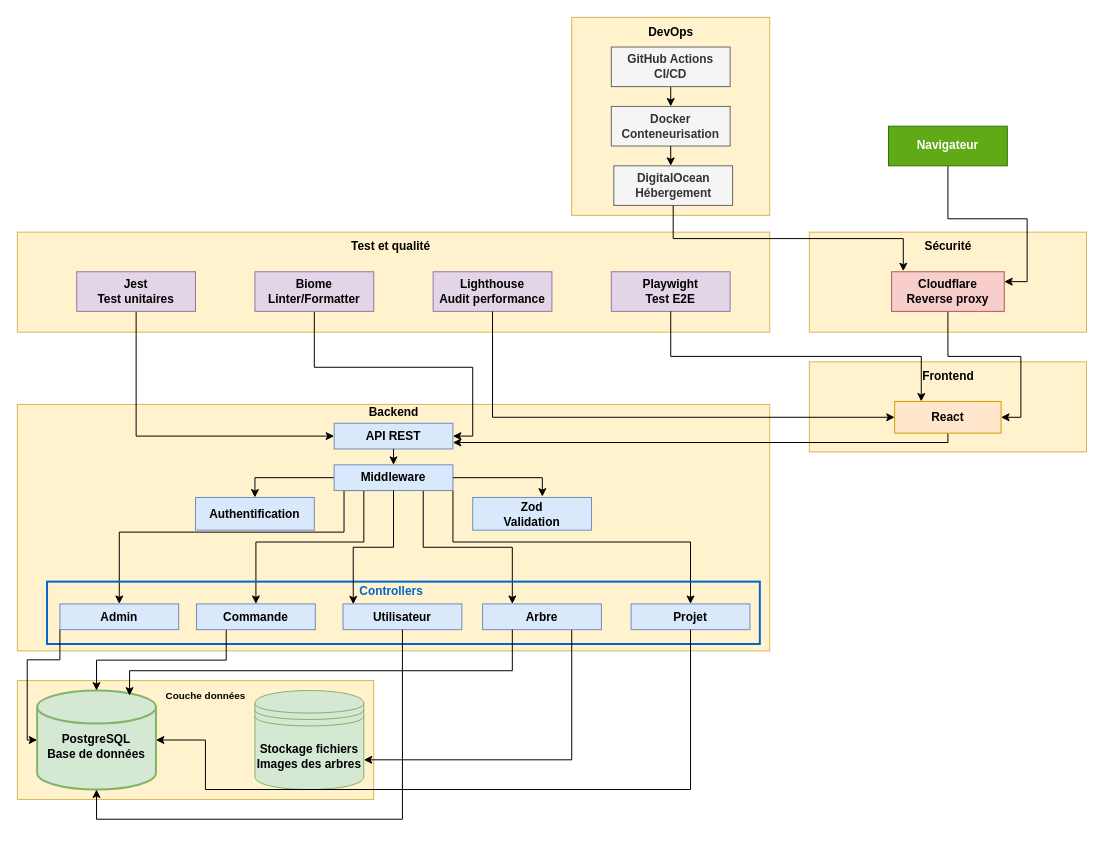
Earlier version of the draw.io diagram conception/architecture/drawio/app_architecture.drawio (ChloeGarciaMillerand/GreenRoots_Freyja). Source tidied: cells renumbered, new cells numbered last; positions are measured from the earlier drawing's top-left corner, leaving out a move shared by most shapes. Both pictures are drawn from the tidied source at 99%, with x=0, y=0 at pixel (17, 17).
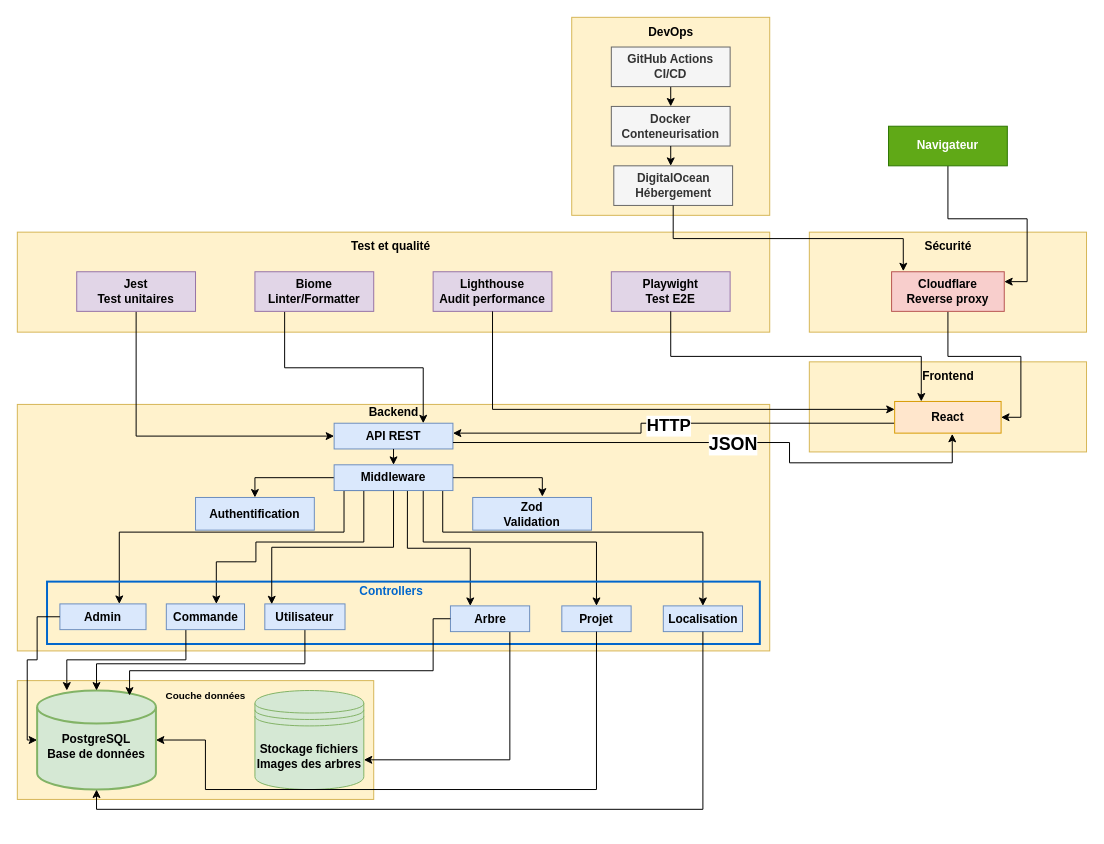
The same diagram, later.

Commit message (it also covers changes not shown here):
docs(conception): fix conception by adding localisation controller, http protocole & json response

The change refers to these unchanged cells:
```xml
<mxCell id="6" value="&lt;div&gt;&lt;b&gt;&lt;br&gt;&lt;/b&gt;&lt;/div&gt;&lt;b&gt;PostgreSQL&lt;/b&gt;&lt;div&gt;&lt;b&gt;Base de données&lt;/b&gt;&lt;/div&gt;" style="strokeWidth=2;html=1;shape=mxgraph.flowchart.database;whiteSpace=wrap;fillColor=#d5e8d4;strokeColor=#82b366;" parent="1" vertex="1">
  <mxGeometry x="20" y="680" width="120" height="100" as="geometry" />
</mxCell>
<mxCell id="7" value="&lt;b&gt;API REST&lt;/b&gt;" style="rounded=0;whiteSpace=wrap;html=1;fillColor=#dae8fc;strokeColor=#6c8ebf;" parent="1" vertex="1">
  <mxGeometry x="320" y="410" width="120" height="26" as="geometry" />
</mxCell>
<mxCell id="13" value="&lt;b&gt;Middleware&lt;/b&gt;" style="rounded=0;whiteSpace=wrap;html=1;fillColor=#dae8fc;strokeColor=#6c8ebf;" parent="1" vertex="1">
  <mxGeometry x="320" y="452" width="120" height="26" as="geometry" />
</mxCell>
<mxCell id="23" value="&lt;b&gt;Backend&lt;/b&gt;" style="text;html=1;align=center;verticalAlign=middle;whiteSpace=wrap;rounded=0;" parent="1" vertex="1">
  <mxGeometry x="317.5" y="384" width="125" height="30" as="geometry" />
</mxCell>
<mxCell id="29" value="&lt;span style=&quot;text-wrap-mode: nowrap;&quot;&gt;&lt;b&gt;React&lt;/b&gt;&lt;/span&gt;" style="rounded=0;whiteSpace=wrap;html=1;fillColor=#ffe6cc;strokeColor=#d79b00;" parent="1" vertex="1">
  <mxGeometry x="886.2" y="388" width="107.5" height="32" as="geometry" />
</mxCell>
<mxCell id="35" value="&lt;b&gt;Biome&lt;/b&gt;&lt;div&gt;&lt;b&gt;Linter/Formatter&lt;/b&gt;&lt;/div&gt;" style="rounded=0;whiteSpace=wrap;html=1;fillColor=#e1d5e7;strokeColor=#9673a6;" parent="1" vertex="1">
  <mxGeometry x="240" y="257" width="120" height="40" as="geometry" />
</mxCell>
<mxCell id="36" value="&lt;b&gt;Lighthouse&lt;/b&gt;&lt;div&gt;&lt;b&gt;Audit performance&lt;/b&gt;&lt;/div&gt;" style="rounded=0;whiteSpace=wrap;html=1;fillColor=#e1d5e7;strokeColor=#9673a6;" parent="1" vertex="1">
  <mxGeometry x="420" y="257" width="120" height="40" as="geometry" />
</mxCell>
```

Diff of the diagram source:
```diff
@@
-    <mxCell id="10" style="edgeStyle=orthogonalEdgeStyle;rounded=0;jettySize=auto;html=1;exitX=0.25;exitY=1;exitDx=0;exitDy=0;entryX=0.5;entryY=0;entryDx=0;entryDy=0;" parent="1" edge="1" source="13" target="19">
+    <mxCell id="10" style="edgeStyle=orthogonalEdgeStyle;rounded=0;jettySize=auto;html=1;exitX=0.25;exitY=1;exitDx=0;exitDy=0;" parent="1" edge="1" source="13" target="19">
       <mxGeometry relative="1" as="geometry">
         <Array as="points">
           <mxPoint x="350" y="530" />
           <mxPoint x="241" y="530" />
+          <mxPoint x="241" y="550" />
+          <mxPoint x="201" y="550" />
         </Array>
       </mxGeometry>
     </mxCell>
-    <mxCell id="11" style="edgeStyle=orthogonalEdgeStyle;rounded=0;jettySize=auto;html=1;exitX=0.75;exitY=1;exitDx=0;exitDy=0;entryX=0.25;entryY=0;entryDx=0;entryDy=0;" parent="1" edge="1" source="13" target="22">
+    <mxCell id="11" style="edgeStyle=orthogonalEdgeStyle;rounded=0;jettySize=auto;html=1;exitX=0.617;exitY=1.003;exitDx=0;exitDy=0;entryX=0.25;entryY=0;entryDx=0;entryDy=0;exitPerimeter=0;" parent="1" edge="1" source="13" target="22">
       <mxGeometry relative="1" as="geometry" />
     </mxCell>
-    <mxCell id="12" style="edgeStyle=orthogonalEdgeStyle;rounded=0;jettySize=auto;html=1;exitX=1;exitY=1;exitDx=0;exitDy=0;" parent="1" edge="1" source="13" target="55">
+    <mxCell id="12" style="edgeStyle=orthogonalEdgeStyle;rounded=0;jettySize=auto;html=1;exitX=0.75;exitY=1;exitDx=0;exitDy=0;entryX=0.5;entryY=0;entryDx=0;entryDy=0;" parent="1" edge="1" source="13" target="55">
       <mxGeometry relative="1" as="geometry">
         <Array as="points">
-          <mxPoint x="440" y="530" />
-          <mxPoint x="680" y="530" />
+          <mxPoint x="410" y="530" />
+          <mxPoint x="585" y="530" />
         </Array>
       </mxGeometry>
     </mxCell>
+    <mxCell id="61" style="edgeStyle=orthogonalEdgeStyle;rounded=0;jettySize=auto;html=1;exitX=0.914;exitY=1.019;exitDx=0;exitDy=0;entryX=0.5;entryY=0;entryDx=0;entryDy=0;exitPerimeter=0;" parent="1" edge="1" source="13" target="65">
+      <mxGeometry relative="1" as="geometry">
+        <Array as="points">
+          <mxPoint x="430" y="520" />
+          <mxPoint x="692" y="520" />
+        </Array>
+      </mxGeometry>
+    </mxCell>
@@
     <mxCell id="17" value="&lt;b&gt;Admin&lt;/b&gt;" style="rounded=0;whiteSpace=wrap;html=1;fillColor=#dae8fc;strokeColor=#6c8ebf;" parent="1" vertex="1">
-      <mxGeometry x="43" y="592.5" width="120" height="26" as="geometry" />
+      <mxGeometry x="43" y="592.5" width="87" height="26" as="geometry" />
     </mxCell>
     <mxCell id="18" style="edgeStyle=orthogonalEdgeStyle;rounded=0;jettySize=auto;html=1;exitX=0.25;exitY=1;exitDx=0;exitDy=0;" parent="1" edge="1" source="19" target="6">
-      <mxGeometry relative="1" as="geometry" />
+      <mxGeometry relative="1" as="geometry">
+        <Array as="points">
+          <mxPoint x="170" y="649" />
+          <mxPoint x="50" y="649" />
+        </Array>
+      </mxGeometry>
     </mxCell>
     <mxCell id="19" value="&lt;b&gt;Commande&lt;/b&gt;" style="rounded=0;whiteSpace=wrap;html=1;fillColor=#dae8fc;strokeColor=#6c8ebf;" parent="1" vertex="1">
-      <mxGeometry x="181" y="592.5" width="120" height="26" as="geometry" />
+      <mxGeometry x="150.5" y="592.5" width="79" height="26" as="geometry" />
     </mxCell>
+    <mxCell id="58" style="edgeStyle=orthogonalEdgeStyle;rounded=0;jettySize=auto;html=1;exitX=0.5;exitY=1;exitDx=0;exitDy=0;entryX=0.5;entryY=0;entryDx=0;entryDy=0;entryPerimeter=0;" parent="1" edge="1" source="20" target="6">
+      <mxGeometry relative="1" as="geometry">
+        <Array as="points">
+          <mxPoint x="291" y="653" />
+          <mxPoint x="80" y="653" />
+        </Array>
+      </mxGeometry>
+    </mxCell>
     <mxCell id="20" value="&lt;b&gt;Utilisateur&lt;/b&gt;" style="rounded=0;whiteSpace=wrap;html=1;fillColor=#dae8fc;strokeColor=#6c8ebf;" parent="1" vertex="1">
-      <mxGeometry x="329" y="592.5" width="120" height="26" as="geometry" />
+      <mxGeometry x="250" y="592.5" width="81" height="26" as="geometry" />
     </mxCell>
@@
     <mxCell id="22" value="&lt;b&gt;Arbre&lt;/b&gt;" style="rounded=0;whiteSpace=wrap;html=1;fillColor=#dae8fc;strokeColor=#6c8ebf;" parent="1" vertex="1">
-      <mxGeometry x="470" y="592.5" width="120" height="26" as="geometry" />
+      <mxGeometry x="437.5" y="594.5" width="80" height="26" as="geometry" />
     </mxCell>
@@
-    <mxCell id="28" style="edgeStyle=orthogonalEdgeStyle;rounded=0;jettySize=auto;html=1;exitX=0.5;exitY=1;exitDx=0;exitDy=0;entryX=1;entryY=0.75;entryDx=0;entryDy=0;" parent="1" edge="1" source="29" target="7">
+    <mxCell id="28" style="edgeStyle=orthogonalEdgeStyle;rounded=0;jettySize=auto;html=1;exitX=-0.002;exitY=0.687;exitDx=0;exitDy=0;exitPerimeter=0;" parent="1" edge="1" source="29" target="7">
       <mxGeometry relative="1" as="geometry">
         <Array as="points">
-          <mxPoint x="940" y="430" />
+          <mxPoint x="630" y="410" />
+          <mxPoint x="630" y="420" />
         </Array>
       </mxGeometry>
     </mxCell>
+    <mxCell id="62" value="&lt;b style=&quot;background-color: rgb(255, 255, 255);&quot;&gt;&lt;font style=&quot;font-size: 17px;&quot;&gt;HTTP&lt;/font&gt;&lt;/b&gt;" style="edgeLabel;html=1;align=center;verticalAlign=middle;" parent="28" vertex="1">
+      <mxGeometry y="1" relative="1" as="geometry">
+        <mxPoint y="2" as="offset" />
+      </mxGeometry>
+    </mxCell>
@@
-    <mxCell id="34" style="edgeStyle=orthogonalEdgeStyle;rounded=0;jettySize=auto;html=1;exitX=0.5;exitY=1;exitDx=0;exitDy=0;entryX=1;entryY=0.5;entryDx=0;entryDy=0;" parent="1" edge="1" source="35" target="7">
-      <mxGeometry relative="1" as="geometry" />
+    <mxCell id="34" style="edgeStyle=orthogonalEdgeStyle;rounded=0;jettySize=auto;html=1;exitX=0.5;exitY=1;exitDx=0;exitDy=0;entryX=0.74;entryY=0.867;entryDx=0;entryDy=0;entryPerimeter=0;" parent="1" edge="1" target="23">
+      <mxGeometry relative="1" as="geometry">
+        <mxPoint x="270" y="297" as="sourcePoint" />
+        <Array as="points">
+          <mxPoint x="270" y="354" />
+          <mxPoint x="410" y="354" />
+        </Array>
+      </mxGeometry>
     </mxCell>
@@
-    <mxCell id="52" style="edgeStyle=orthogonalEdgeStyle;rounded=0;jettySize=auto;html=1;exitX=0.5;exitY=1;exitDx=0;exitDy=0;entryX=0;entryY=0.5;entryDx=0;entryDy=0;" parent="1" edge="1" source="36" target="29">
+    <mxCell id="52" style="edgeStyle=orthogonalEdgeStyle;rounded=0;jettySize=auto;html=1;exitX=0.5;exitY=1;exitDx=0;exitDy=0;entryX=0;entryY=0.25;entryDx=0;entryDy=0;" parent="1" edge="1" source="36" target="29">
       <mxGeometry relative="1" as="geometry" />
     </mxCell>
@@
     <mxCell id="55" value="&lt;b&gt;Projet&lt;/b&gt;" style="rounded=0;whiteSpace=wrap;html=1;fillColor=#dae8fc;strokeColor=#6c8ebf;" parent="1" vertex="1">
-      <mxGeometry x="620" y="592.5" width="120" height="26" as="geometry" />
+      <mxGeometry x="550" y="594.5" width="70" height="26" as="geometry" />
     </mxCell>
@@
-    <mxCell id="57" style="edgeStyle=orthogonalEdgeStyle;rounded=0;jettySize=auto;html=1;exitX=0;exitY=1;exitDx=0;exitDy=0;entryX=0;entryY=0.5;entryDx=0;entryDy=0;entryPerimeter=0;" parent="1" edge="1" source="17" target="6">
+    <mxCell id="57" style="edgeStyle=orthogonalEdgeStyle;rounded=0;jettySize=auto;html=1;exitX=0;exitY=0.5;exitDx=0;exitDy=0;entryX=0;entryY=0.5;entryDx=0;entryDy=0;entryPerimeter=0;" parent="1" edge="1" source="17" target="6">
       <mxGeometry relative="1" as="geometry">
         <Array as="points">
-          <mxPoint x="43" y="649" />
+          <mxPoint x="20" y="606" />
+          <mxPoint x="20" y="649" />
           <mxPoint x="10" y="649" />
           <mxPoint x="10" y="730" />
         </Array>
       </mxGeometry>
     </mxCell>
-    <mxCell id="58" style="edgeStyle=orthogonalEdgeStyle;rounded=0;jettySize=auto;html=1;exitX=0.5;exitY=1;exitDx=0;exitDy=0;entryX=0.5;entryY=1;entryDx=0;entryDy=0;entryPerimeter=0;" parent="1" edge="1" source="20" target="6">
-      <mxGeometry relative="1" as="geometry">
-        <Array as="points">
-          <mxPoint x="389" y="810" />
-          <mxPoint x="80" y="810" />
-        </Array>
-      </mxGeometry>
-    </mxCell>
-    <mxCell id="59" style="edgeStyle=orthogonalEdgeStyle;rounded=0;jettySize=auto;html=1;exitX=0.25;exitY=1;exitDx=0;exitDy=0;entryX=0.778;entryY=0.051;entryDx=0;entryDy=0;entryPerimeter=0;" parent="1" edge="1" source="22" target="6">
+    <mxCell id="59" style="edgeStyle=orthogonalEdgeStyle;rounded=0;jettySize=auto;html=1;entryX=0.778;entryY=0.051;entryDx=0;entryDy=0;entryPerimeter=0;" parent="1" edge="1" source="22" target="6">
       <mxGeometry relative="1" as="geometry">
         <Array as="points">
-          <mxPoint x="500" y="660" />
+          <mxPoint x="420" y="660" />
           <mxPoint x="113" y="660" />
         </Array>
       </mxGeometry>
     </mxCell>
-    <mxCell id="60" style="edgeStyle=orthogonalEdgeStyle;rounded=0;jettySize=auto;html=1;exitX=0.5;exitY=1;exitDx=0;exitDy=0;entryX=1;entryY=0.5;entryDx=0;entryDy=0;entryPerimeter=0;" parent="1" edge="1" source="55" target="6">
+    <mxCell id="60" style="edgeStyle=orthogonalEdgeStyle;rounded=0;jettySize=auto;html=1;entryX=1;entryY=0.5;entryDx=0;entryDy=0;entryPerimeter=0;exitX=0.5;exitY=1;exitDx=0;exitDy=0;" parent="1" edge="1" source="55" target="6">
       <mxGeometry relative="1" as="geometry">
         <Array as="points">
-          <mxPoint x="680" y="780" />
+          <mxPoint x="585" y="780" />
           <mxPoint x="190" y="780" />
           <mxPoint x="190" y="730" />
         </Array>
       </mxGeometry>
     </mxCell>
+    <mxCell id="63" style="edgeStyle=orthogonalEdgeStyle;rounded=0;jettySize=auto;html=1;exitX=1;exitY=0.75;exitDx=0;exitDy=0;entryX=0.541;entryY=1.023;entryDx=0;entryDy=0;entryPerimeter=0;" parent="1" edge="1" source="7" target="29">
+      <mxGeometry relative="1" as="geometry">
+        <Array as="points">
+          <mxPoint x="780" y="430" />
+          <mxPoint x="780" y="450" />
+          <mxPoint x="944" y="450" />
+        </Array>
+      </mxGeometry>
+    </mxCell>
+    <mxCell id="64" value="&lt;b&gt;&lt;font style=&quot;font-size: 18px;&quot;&gt;JSON&lt;/font&gt;&lt;/b&gt;" style="edgeLabel;html=1;align=center;verticalAlign=middle;" parent="63" vertex="1">
+      <mxGeometry x="-0.17" relative="1" as="geometry">
+        <mxPoint x="52" y="2" as="offset" />
+      </mxGeometry>
+    </mxCell>
+    <mxCell id="65" value="&lt;b&gt;Localisation&lt;/b&gt;" style="rounded=0;whiteSpace=wrap;html=1;fillColor=#dae8fc;strokeColor=#6c8ebf;" parent="1" vertex="1">
+      <mxGeometry x="652.5" y="594.5" width="80" height="26" as="geometry" />
+    </mxCell>
+    <mxCell id="66" style="edgeStyle=orthogonalEdgeStyle;rounded=0;jettySize=auto;html=1;exitX=0.5;exitY=1;exitDx=0;exitDy=0;entryX=0.5;entryY=1;entryDx=0;entryDy=0;entryPerimeter=0;" parent="1" edge="1" source="65" target="6">
+      <mxGeometry relative="1" as="geometry" />
+    </mxCell>
```
